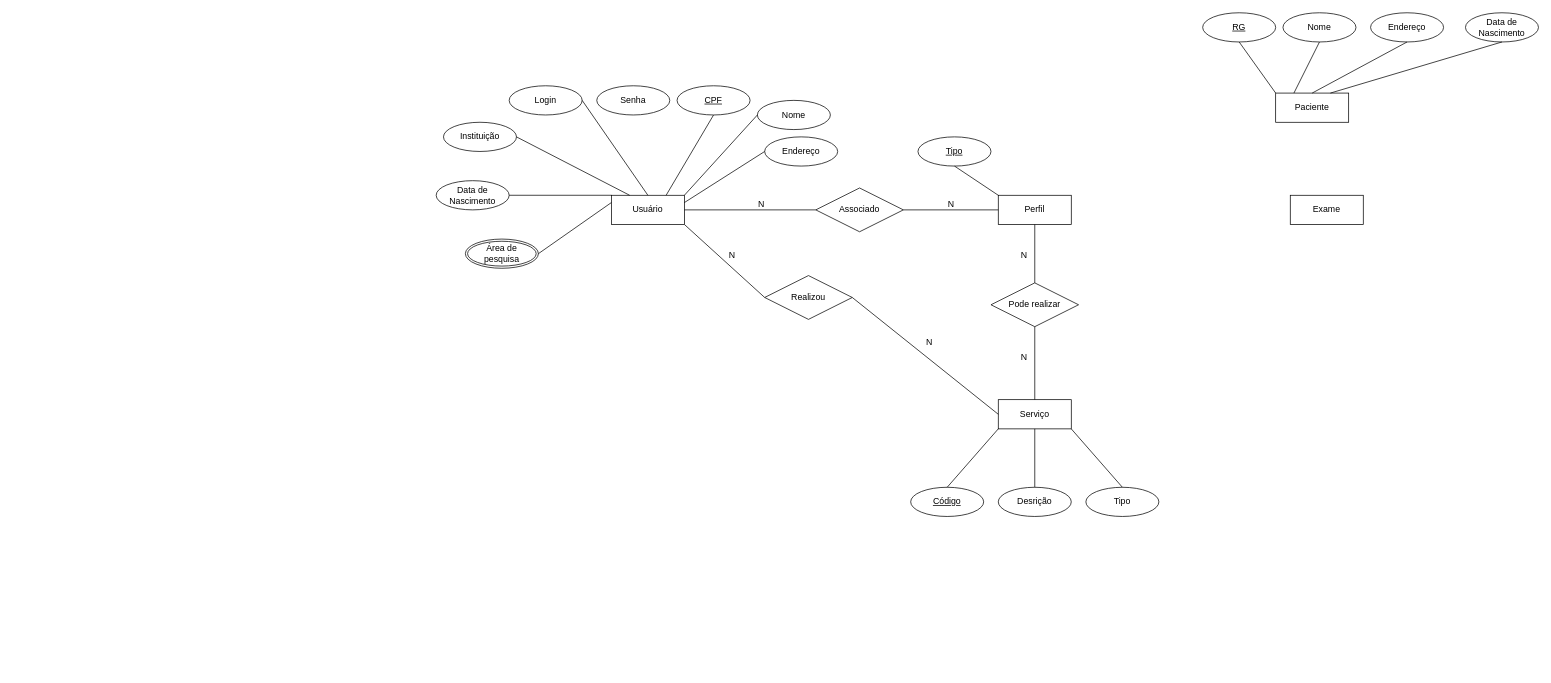
Before: Untitled Diagram.drawio in RaulReisS/EPMAC0350, a draw.io diagram. Source tidied: cells renumbered, new cells numbered last; positions are measured from the earlier drawing's top-left corner, leaving out a move shared by most shapes. Both pictures are drawn from the tidied source at 73%, with x=0, y=0 at pixel (436, 12).
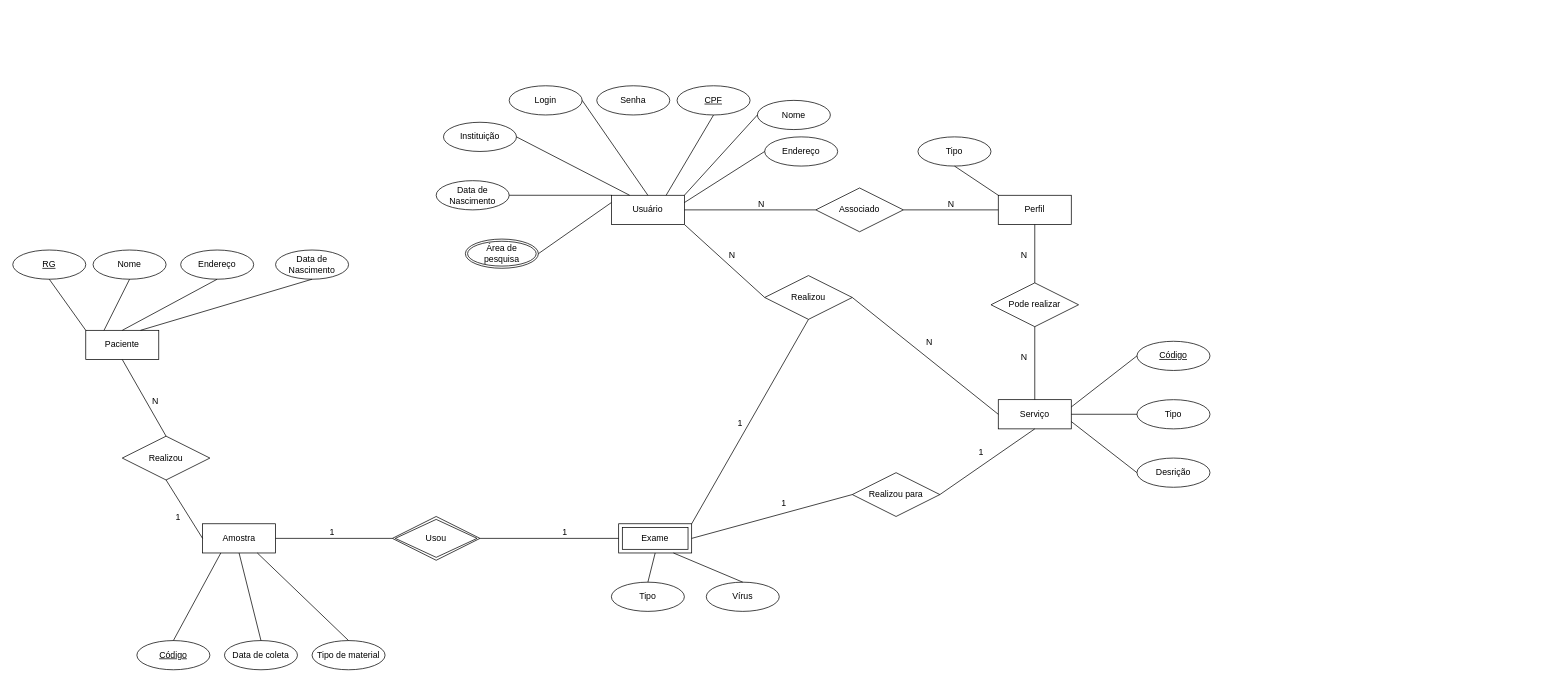
The same diagram, later.

Unchanged cells that the change refers to:
```xml
<mxCell id="26" value="Serviço" style="whiteSpace=wrap;html=1;align=center;" parent="1" vertex="1">
  <mxGeometry x="770" y="530" width="100" height="40" as="geometry" />
</mxCell>
<mxCell id="38" value="Realizou" style="shape=rhombus;perimeter=rhombusPerimeter;whiteSpace=wrap;html=1;align=center;" parent="1" vertex="1">
  <mxGeometry x="450" y="360" width="120" height="60" as="geometry" />
</mxCell>
```

Change to the diagram source:
```diff
@@
-    <mxCell id="24" value="Tipo" style="ellipse;whiteSpace=wrap;html=1;align=center;fontStyle=4;" parent="1" vertex="1">
+    <mxCell id="24" value="Tipo" style="ellipse;whiteSpace=wrap;html=1;align=center;fontStyle=0;" parent="1" vertex="1">
       <mxGeometry x="660" y="170" width="100" height="40" as="geometry" />
     </mxCell>
@@
     <mxCell id="27" value="Desrição" style="ellipse;whiteSpace=wrap;html=1;align=center;" parent="1" vertex="1">
-      <mxGeometry x="770" y="650" width="100" height="40" as="geometry" />
+      <mxGeometry x="960" y="610" width="100" height="40" as="geometry" />
     </mxCell>
     <mxCell id="28" value="Código" style="ellipse;whiteSpace=wrap;html=1;align=center;fontStyle=4;" parent="1" vertex="1">
-      <mxGeometry x="650" y="650" width="100" height="40" as="geometry" />
+      <mxGeometry x="960" y="450" width="100" height="40" as="geometry" />
     </mxCell>
     <mxCell id="29" value="Tipo" style="ellipse;whiteSpace=wrap;html=1;align=center;" parent="1" vertex="1">
-      <mxGeometry x="890" y="650" width="100" height="40" as="geometry" />
+      <mxGeometry x="960" y="530" width="100" height="40" as="geometry" />
     </mxCell>
-    <mxCell id="30" style="endArrow=none;html=1;rounded=0;exitX=0.5;exitY=0;exitDx=0;exitDy=0;entryX=0;entryY=1;entryDx=0;entryDy=0;" parent="1" edge="1" source="28" target="26">
-      <mxGeometry relative="1" as="geometry" />
-    </mxCell>
-    <mxCell id="31" style="endArrow=none;html=1;rounded=0;entryX=0.5;entryY=1;entryDx=0;entryDy=0;exitX=0.5;exitY=0;exitDx=0;exitDy=0;" parent="1" edge="1" source="27" target="26">
-      <mxGeometry relative="1" as="geometry" />
-    </mxCell>
-    <mxCell id="32" style="endArrow=none;html=1;rounded=0;entryX=1;entryY=1;entryDx=0;entryDy=0;exitX=0.5;exitY=0;exitDx=0;exitDy=0;" parent="1" edge="1" source="29" target="26">
-      <mxGeometry relative="1" as="geometry" />
-    </mxCell>
@@
     <mxCell id="43" value="Paciente" style="whiteSpace=wrap;html=1;align=center;" parent="1" vertex="1">
-      <mxGeometry x="1150" y="110" width="100" height="40" as="geometry" />
+      <mxGeometry x="-480" y="435" width="100" height="40" as="geometry" />
     </mxCell>
     <mxCell id="44" value="RG" style="ellipse;whiteSpace=wrap;html=1;align=center;fontStyle=4;" parent="1" vertex="1">
-      <mxGeometry x="1050" width="100" height="40" as="geometry" />
+      <mxGeometry x="-580" y="325" width="100" height="40" as="geometry" />
     </mxCell>
     <mxCell id="45" value="Nome" style="ellipse;whiteSpace=wrap;html=1;align=center;" parent="1" vertex="1">
-      <mxGeometry x="1160" width="100" height="40" as="geometry" />
+      <mxGeometry x="-470" y="325" width="100" height="40" as="geometry" />
     </mxCell>
     <mxCell id="46" value="Data de Nascimento" style="ellipse;whiteSpace=wrap;html=1;align=center;" parent="1" vertex="1">
-      <mxGeometry x="1410" width="100" height="40" as="geometry" />
+      <mxGeometry x="-220" y="325" width="100" height="40" as="geometry" />
     </mxCell>
     <mxCell id="47" value="Endereço" style="ellipse;whiteSpace=wrap;html=1;align=center;" parent="1" vertex="1">
-      <mxGeometry x="1280" width="100" height="40" as="geometry" />
+      <mxGeometry x="-350" y="325" width="100" height="40" as="geometry" />
     </mxCell>
@@
+    <mxCell id="53" value="Vírus" style="ellipse;whiteSpace=wrap;html=1;align=center;" parent="1" vertex="1">
+      <mxGeometry x="370" y="780" width="100" height="40" as="geometry" />
+    </mxCell>
+    <mxCell id="54" value="Tipo" style="ellipse;whiteSpace=wrap;html=1;align=center;" parent="1" vertex="1">
+      <mxGeometry x="240" y="780" width="100" height="40" as="geometry" />
+    </mxCell>
+    <mxCell id="55" value="Usou" style="shape=rhombus;double=1;perimeter=rhombusPerimeter;whiteSpace=wrap;html=1;align=center;" parent="1" vertex="1">
+      <mxGeometry x="-60" y="690" width="120" height="60" as="geometry" />
+    </mxCell>
-    <mxCell id="52" value="Exame" style="whiteSpace=wrap;html=1;align=center;" parent="1" vertex="1">
-      <mxGeometry x="1170" y="250" width="100" height="40" as="geometry" />
+    <mxCell id="52" value="Exame" style="shape=ext;margin=3;double=1;whiteSpace=wrap;html=1;align=center;" parent="1" vertex="1">
+      <mxGeometry x="250" y="700" width="100" height="40" as="geometry" />
     </mxCell>
+    <mxCell id="56" value="Amostra" style="whiteSpace=wrap;html=1;align=center;" parent="1" vertex="1">
+      <mxGeometry x="-320" y="700" width="100" height="40" as="geometry" />
+    </mxCell>
+    <mxCell id="57" value="Data de coleta" style="ellipse;whiteSpace=wrap;html=1;align=center;" parent="1" vertex="1">
+      <mxGeometry x="-290" y="860" width="100" height="40" as="geometry" />
+    </mxCell>
+    <mxCell id="58" value="Código" style="ellipse;whiteSpace=wrap;html=1;align=center;fontStyle=4;" parent="1" vertex="1">
+      <mxGeometry x="-410" y="860" width="100" height="40" as="geometry" />
+    </mxCell>
+    <mxCell id="59" value="Tipo de material" style="ellipse;whiteSpace=wrap;html=1;align=center;" parent="1" vertex="1">
+      <mxGeometry x="-170" y="860" width="100" height="40" as="geometry" />
+    </mxCell>
+    <mxCell id="60" style="endArrow=none;html=1;rounded=0;exitX=1;exitY=0.5;exitDx=0;exitDy=0;" parent="1" edge="1" source="56">
+      <mxGeometry relative="1" as="geometry">
+        <mxPoint x="-60" y="720" as="targetPoint" />
+      </mxGeometry>
+    </mxCell>
+    <mxCell id="61" value="1" style="html=1;align=right;verticalAlign=bottom;" parent="60" vertex="1">
+      <mxGeometry x="1" relative="1" as="geometry">
+        <mxPoint x="-79" as="offset" />
+      </mxGeometry>
+    </mxCell>
+    <mxCell id="62" style="endArrow=none;html=1;rounded=0;exitX=1;exitY=0.5;exitDx=0;exitDy=0;entryX=0;entryY=0.5;entryDx=0;entryDy=0;" parent="1" edge="1" source="55" target="52">
+      <mxGeometry relative="1" as="geometry" />
+    </mxCell>
+    <mxCell id="63" value="1" style="html=1;align=right;verticalAlign=bottom;" parent="62" vertex="1">
+      <mxGeometry x="1" relative="1" as="geometry">
+        <mxPoint x="-70" as="offset" />
+      </mxGeometry>
+    </mxCell>
+    <mxCell id="64" style="endArrow=none;html=1;rounded=0;exitX=1;exitY=0.25;exitDx=0;exitDy=0;entryX=0;entryY=0.5;entryDx=0;entryDy=0;" parent="1" edge="1" source="26" target="28">
+      <mxGeometry relative="1" as="geometry" />
+    </mxCell>
+    <mxCell id="65" style="endArrow=none;html=1;rounded=0;exitX=1;exitY=0.5;exitDx=0;exitDy=0;entryX=0;entryY=0.5;entryDx=0;entryDy=0;" parent="1" edge="1" source="26" target="29">
+      <mxGeometry relative="1" as="geometry" />
+    </mxCell>
+    <mxCell id="66" style="endArrow=none;html=1;rounded=0;exitX=1;exitY=0.75;exitDx=0;exitDy=0;entryX=0;entryY=0.5;entryDx=0;entryDy=0;" parent="1" edge="1" source="26" target="27">
+      <mxGeometry relative="1" as="geometry" />
+    </mxCell>
+    <mxCell id="67" style="endArrow=none;html=1;rounded=0;exitX=0.75;exitY=1;exitDx=0;exitDy=0;entryX=0.5;entryY=0;entryDx=0;entryDy=0;" parent="1" edge="1" source="52" target="53">
+      <mxGeometry relative="1" as="geometry" />
+    </mxCell>
+    <mxCell id="68" style="endArrow=none;html=1;rounded=0;entryX=0.5;entryY=1;entryDx=0;entryDy=0;exitX=0.5;exitY=0;exitDx=0;exitDy=0;" parent="1" edge="1" source="54" target="52">
+      <mxGeometry relative="1" as="geometry" />
+    </mxCell>
+    <mxCell id="69" style="endArrow=none;html=1;rounded=0;exitX=0.75;exitY=1;exitDx=0;exitDy=0;entryX=0.5;entryY=0;entryDx=0;entryDy=0;" parent="1" edge="1" source="56" target="59">
+      <mxGeometry relative="1" as="geometry" />
+    </mxCell>
+    <mxCell id="70" style="endArrow=none;html=1;rounded=0;entryX=0.5;entryY=0;entryDx=0;entryDy=0;exitX=0.5;exitY=1;exitDx=0;exitDy=0;" parent="1" edge="1" source="56" target="57">
+      <mxGeometry relative="1" as="geometry" />
+    </mxCell>
+    <mxCell id="71" style="endArrow=none;html=1;rounded=0;entryX=0.5;entryY=0;entryDx=0;entryDy=0;exitX=0.25;exitY=1;exitDx=0;exitDy=0;" parent="1" edge="1" source="56" target="58">
+      <mxGeometry relative="1" as="geometry" />
+    </mxCell>
+    <mxCell id="72" value="Realizou para" style="shape=rhombus;perimeter=rhombusPerimeter;whiteSpace=wrap;html=1;align=center;" parent="1" vertex="1">
+      <mxGeometry x="570" y="630" width="120" height="60" as="geometry" />
+    </mxCell>
+    <mxCell id="73" style="endArrow=none;html=1;rounded=0;entryX=0.5;entryY=1;entryDx=0;entryDy=0;exitX=1;exitY=0.5;exitDx=0;exitDy=0;" parent="1" edge="1" source="72" target="26">
+      <mxGeometry relative="1" as="geometry" />
+    </mxCell>
+    <mxCell id="74" value="1" style="html=1;align=right;verticalAlign=bottom;" parent="73" vertex="1">
+      <mxGeometry x="1" relative="1" as="geometry">
+        <mxPoint x="-70" y="40" as="offset" />
+      </mxGeometry>
+    </mxCell>
+    <mxCell id="75" style="endArrow=none;html=1;rounded=0;entryX=0;entryY=0.5;entryDx=0;entryDy=0;exitX=1;exitY=0.5;exitDx=0;exitDy=0;" parent="1" edge="1" source="52" target="72">
+      <mxGeometry relative="1" as="geometry" />
+    </mxCell>
+    <mxCell id="76" value="1" style="html=1;align=right;verticalAlign=bottom;" parent="75" vertex="1">
+      <mxGeometry x="1" relative="1" as="geometry">
+        <mxPoint x="-90" y="20" as="offset" />
+      </mxGeometry>
+    </mxCell>
+    <mxCell id="77" style="endArrow=none;html=1;rounded=0;entryX=0.5;entryY=1;entryDx=0;entryDy=0;exitX=1;exitY=0;exitDx=0;exitDy=0;" parent="1" edge="1" source="52" target="38">
+      <mxGeometry relative="1" as="geometry" />
+    </mxCell>
+    <mxCell id="78" value="1" style="html=1;align=right;verticalAlign=bottom;" parent="77" vertex="1">
+      <mxGeometry x="1" relative="1" as="geometry">
+        <mxPoint x="-90" y="150" as="offset" />
+      </mxGeometry>
+    </mxCell>
+    <mxCell id="79" value="Realizou" style="shape=rhombus;perimeter=rhombusPerimeter;whiteSpace=wrap;html=1;align=center;" parent="1" vertex="1">
+      <mxGeometry x="-430" y="580" width="120" height="60" as="geometry" />
+    </mxCell>
+    <mxCell id="80" style="endArrow=none;html=1;rounded=0;entryX=0.5;entryY=0;entryDx=0;entryDy=0;exitX=0.5;exitY=1;exitDx=0;exitDy=0;" parent="1" edge="1" source="43" target="79">
+      <mxGeometry relative="1" as="geometry" />
+    </mxCell>
+    <mxCell id="81" value="N" style="html=1;align=right;verticalAlign=bottom;" parent="80" vertex="1">
+      <mxGeometry x="1" relative="1" as="geometry">
+        <mxPoint x="-10" y="-40" as="offset" />
+      </mxGeometry>
+    </mxCell>
+    <mxCell id="82" style="endArrow=none;html=1;rounded=0;exitX=0.5;exitY=1;exitDx=0;exitDy=0;entryX=0;entryY=0.5;entryDx=0;entryDy=0;" parent="1" edge="1" source="79" target="56">
+      <mxGeometry relative="1" as="geometry" />
+    </mxCell>
+    <mxCell id="83" value="1" style="html=1;align=right;verticalAlign=bottom;" parent="82" vertex="1">
+      <mxGeometry x="1" relative="1" as="geometry">
+        <mxPoint x="-30" y="-20" as="offset" />
+      </mxGeometry>
+    </mxCell>
```
